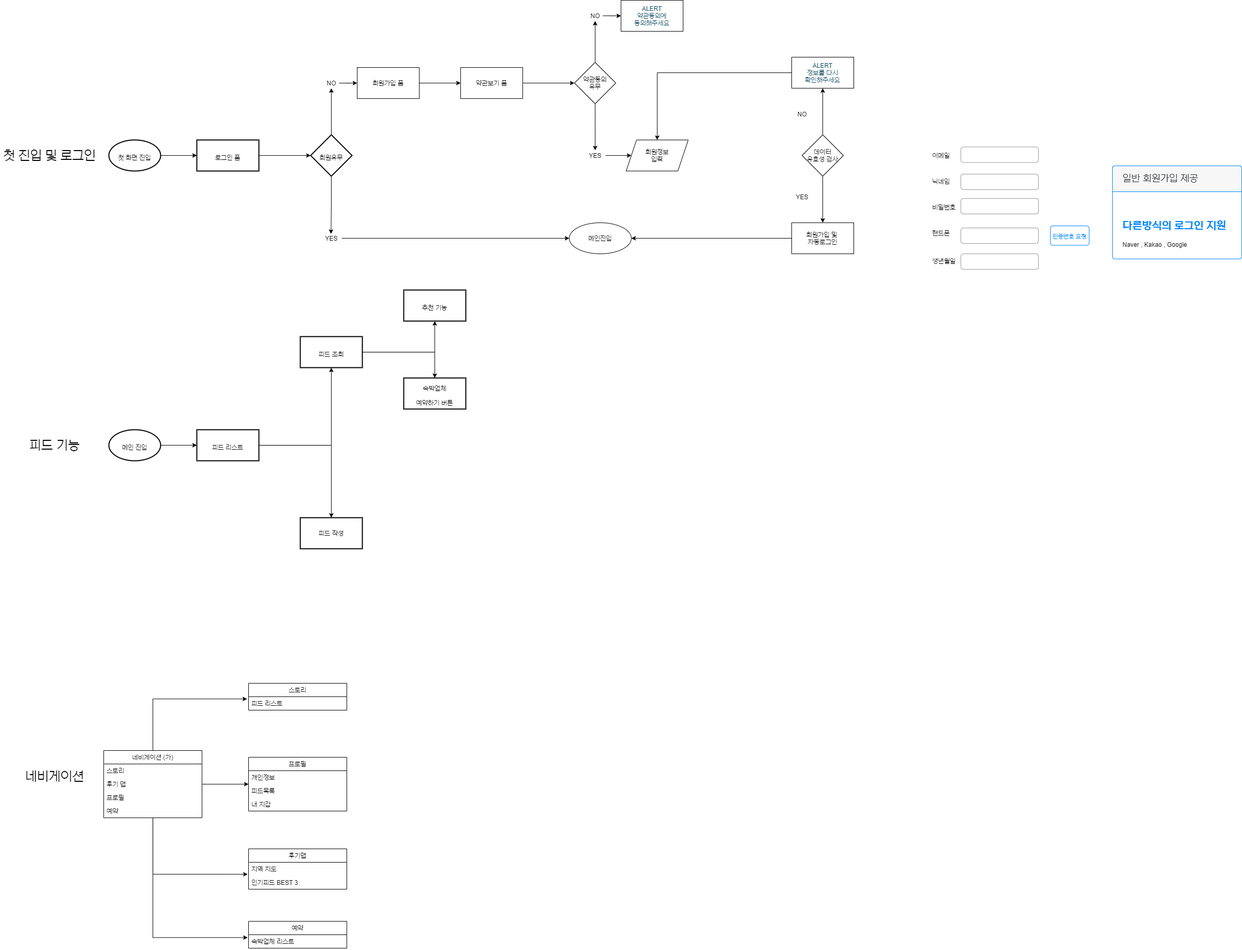
The draw.io diagram SolDAY_flow.png in DevistK/blocktrip-client, before a commit. Source tidied: cells renumbered, new cells last; positions are measured from the earlier drawing's top-left corner, leaving out a move shared by most shapes.
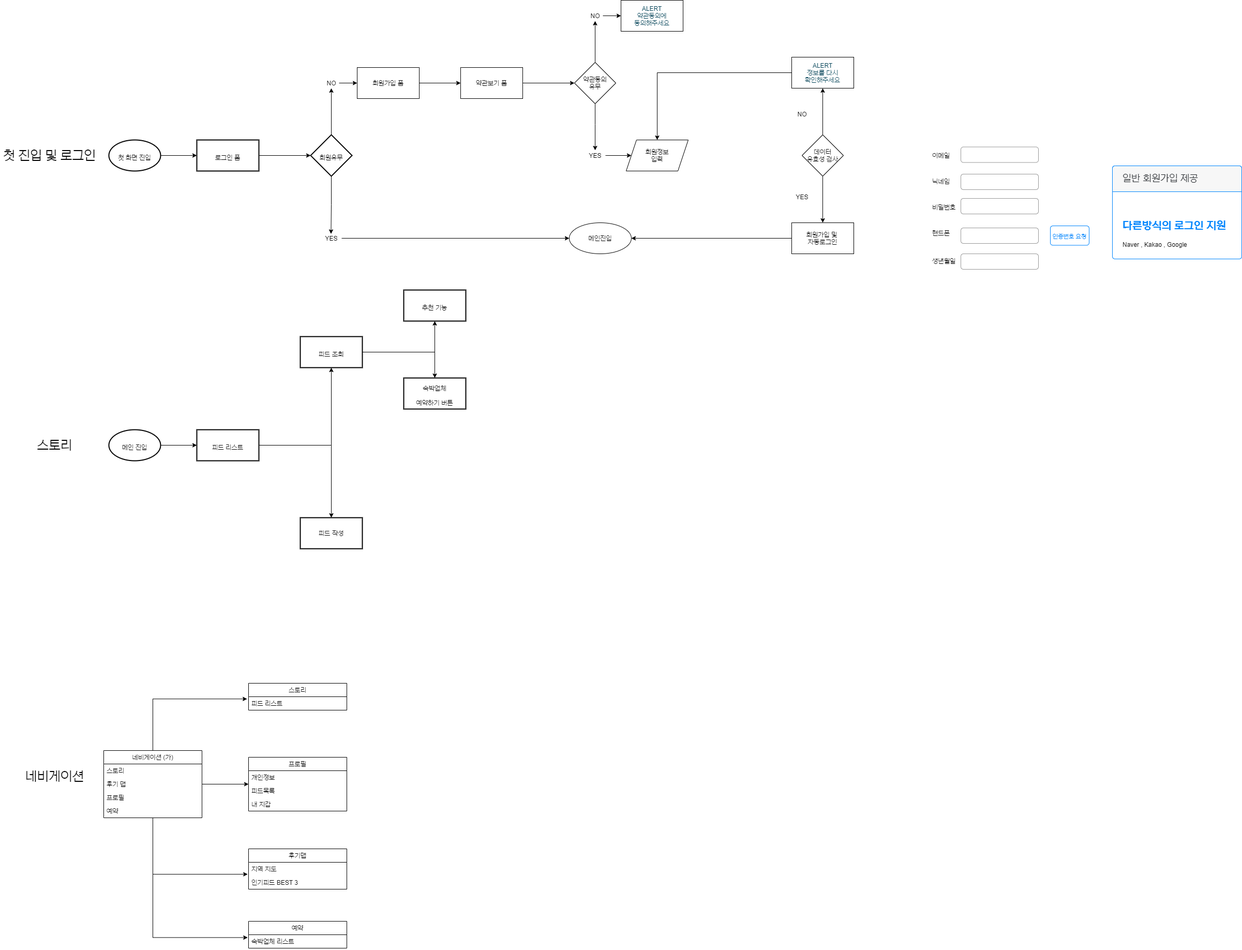
The same file after the commit.

Change to the diagram source:
```diff
@@ -157,8 +157,8 @@
     <mxCell id="50" value="YES" style="text;html=1;align=center;verticalAlign=middle;points=[];strokeColor=none;fillColor=none;fontSize=12;" parent="1" vertex="1">
       <mxGeometry x="620" y="450" width="40" height="20" as="geometry" />
     </mxCell>
-    <mxCell id="51" value="&lt;font style=&quot;font-size: 24px&quot;&gt;피드 기능&lt;/font&gt;" style="text;html=1;align=center;verticalAlign=middle;strokeColor=none;fillColor=none;" parent="1" vertex="1">
-      <mxGeometry x="50" y="850" width="110" height="20" as="geometry" />
+    <mxCell id="51" value="&lt;span style=&quot;font-size: 24px&quot;&gt;스토리&lt;/span&gt;" style="text;html=1;align=center;verticalAlign=middle;strokeColor=none;fillColor=none;" parent="1" vertex="1">
+      <mxGeometry x="65" y="850" width="80" height="20" as="geometry" />
     </mxCell>
     <mxCell id="52" style="edgeStyle=orthogonalEdgeStyle;rounded=0;jettySize=auto;html=1;fontSize=11;" parent="1" edge="1" source="53" target="56">
       <mxGeometry relative="1" as="geometry" />
```
